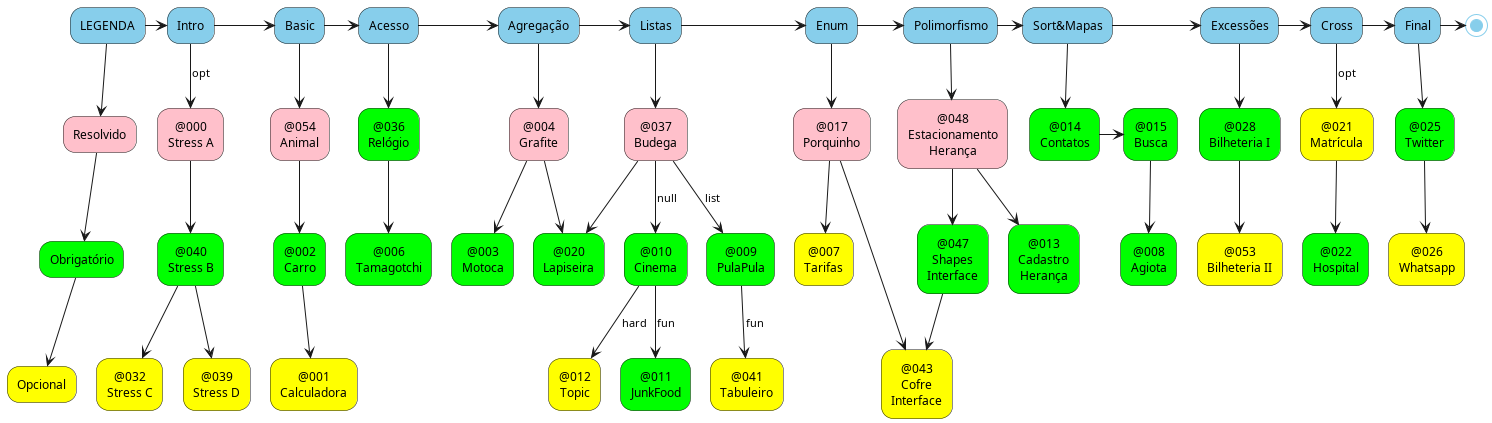
The PlantUML diagram flow.png in qxcodepoo/arcade, before a commit. The source it was exported from:
```plantuml
@startuml flow

skinparam defaulttextalignment center

"LEGENDA" #skyblue --> "Resolvido" #pink
                --> "Obrigatório" #lime
                --> "Opcional" #yellow



"Intro" #skyblue         --> [opt] "@000\nStress A" #pink
                 --> [ ] "@040\nStress B" #lime
                 --> [ ] "@032\nStress C" #yellow
"@040\nStress B" --> [ ] "@039\nStress D" #yellow

"LEGENDA" -> "Intro"
        -> [ ]"Basic"      #skyblue
        -> [ ]"Acesso"     #skyblue
        -> [ ]"Agregação"  #skyblue
        -> [ ]"Listas"     #skyblue
        -> [ ] "Enum"      #skyblue
        -> [ ] "Polimorfismo"   #skyblue
        -> [ ] "Sort&Mapas" #skyblue
        -> [ ] "Excessões" #skyblue
        -> [ ] "Cross"     #skyblue
        -> [ ] "Final"     #skyblue
        -> [ ] (*) #skyblue

"Basic" --> [ ]"@054\nAnimal" #pink
        --> [ ]"@002\nCarro" #lime
        --> [ ]"@001\nCalculadora" #yellow

"Acesso"        --> [ ]"@036\nRelógio" #lime
"@036\nRelógio" --> [ ]"@006\nTamagotchi" #lime

"Agregação"     --> [ ]"@004\nGrafite" #pink
"@004\nGrafite" --> [ ]"@003\nMotoca" #lime

"Listas"             --> [    ]"@037\nBudega" #pink
"@037\nBudega"       --> [null]"@010\nCinema" #lime
"@037\nBudega"       --> [list]"@009\nPulaPula" #lime
"@004\nGrafite"      --> [    ]"@020\nLapiseira" #lime
"@037\nBudega"       --> [    ]"@020\nLapiseira" #lime
"@010\nCinema"       --> [hard]"@012\nTopic" #yellow
"@010\nCinema"       --> [fun ]"@011\nJunkFood" #lime
"@009\nPulaPula"     --> [fun ]"@041\nTabuleiro" #yellow
"Enum"               --> [ ] "@017\nPorquinho" #pink
"@017\nPorquinho"    --> [ ] "@007\nTarifas" #yellow
"Sort&Mapas"         --> [ ] "@014\nContatos" #lime
"@014\nContatos"      -> [ ] "@015\nBusca" #lime
"@015\nBusca"        --> [ ] "@008\nAgiota" #lime
"Polimorfismo"            --> [ ] "@048\nEstacionamento\nHerança" #pink
"@048\nEstacionamento\nHerança" --> [ ] "@047\nShapes\nInterface" #lime
"@048\nEstacionamento\nHerança"    --> [ ] "@013\nCadastro\nHerança" #lime
"@047\nShapes\nInterface" --> [ ] "@043\nCofre\nInterface" #lime
"@017\nPorquinho"    --> [ ] "@043\nCofre\nInterface" #yellow
"Excessões"          --> [ ] "@028\nBilheteria I" #lime
"@028\nBilheteria I" --> [ ] "@053\nBilheteria II" #yellow
"Cross"              --> [opt] "@021\nMatrícula" #yellow
"@021\nMatrícula" --> [ ] "@022\nHospital" #lime
"Final" --> [ ] "@025\nTwitter" #lime
"@025\nTwitter" --> [ ] "@026\nWhatsapp" #yellow




@enduml
```
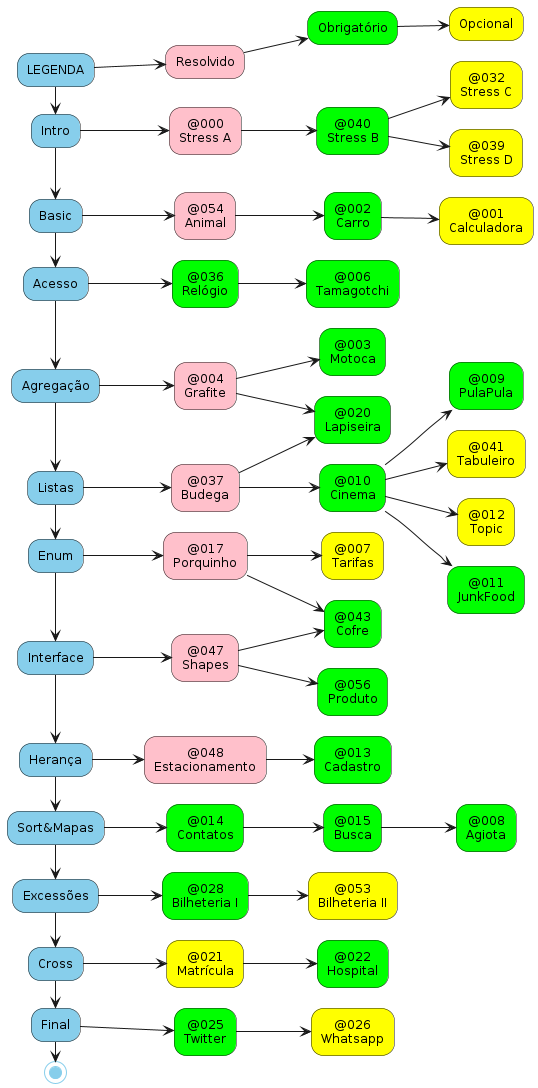
The same diagram one commit later.

Diff of the diagram source:
```diff
@@ -1,67 +1,99 @@
 @startuml flow
 
 skinparam defaulttextalignment center
+left to right direction
 
 "LEGENDA" #skyblue --> "Resolvido" #pink
-                --> "Obrigatório" #lime
-                --> "Opcional" #yellow
+                   --> "Obrigatório" #lime
+                   --> "Opcional" #yellow
+
+"LEGENDA" -> "Intro"
+          -> "Basic"         #skyblue
+          -> "Acesso"       #skyblue
+          -> "Agregação"    #skyblue
+          -> "Listas"       #skyblue
+          -> "Enum"         #skyblue
+          -> "Interface"    #skyblue
+          -> "Herança"      #skyblue
+          -> "Sort&Mapas"   #skyblue
+          -> "Excessões"    #skyblue
+          -> "Cross"        #skyblue
+          -> "Final"        #skyblue
+          -> (*)            #skyblue
 
 
-
-"Intro" #skyblue         --> [opt] "@000\nStress A" #pink
-                 --> [ ] "@040\nStress B" #lime
-                 --> [ ] "@032\nStress C" #yellow
-"@040\nStress B" --> [ ] "@039\nStress D" #yellow
-
-"LEGENDA" -> "Intro"
-        -> [ ]"Basic"      #skyblue
-        -> [ ]"Acesso"     #skyblue
-        -> [ ]"Agregação"  #skyblue
-        -> [ ]"Listas"     #skyblue
-        -> [ ] "Enum"      #skyblue
-        -> [ ] "Polimorfismo"   #skyblue
-        -> [ ] "Sort&Mapas" #skyblue
-        -> [ ] "Excessões" #skyblue
-        -> [ ] "Cross"     #skyblue
-        -> [ ] "Final"     #skyblue
-        -> [ ] (*) #skyblue
-
-"Basic" --> [ ]"@054\nAnimal" #pink
-        --> [ ]"@002\nCarro" #lime
-        --> [ ]"@001\nCalculadora" #yellow
-
-"Acesso"        --> [ ]"@036\nRelógio" #lime
-"@036\nRelógio" --> [ ]"@006\nTamagotchi" #lime
-
-"Agregação"     --> [ ]"@004\nGrafite" #pink
-"@004\nGrafite" --> [ ]"@003\nMotoca" #lime
-
-"Listas"             --> [    ]"@037\nBudega" #pink
-"@037\nBudega"       --> [null]"@010\nCinema" #lime
-"@037\nBudega"       --> [list]"@009\nPulaPula" #lime
-"@004\nGrafite"      --> [    ]"@020\nLapiseira" #lime
-"@037\nBudega"       --> [    ]"@020\nLapiseira" #lime
-"@010\nCinema"       --> [hard]"@012\nTopic" #yellow
-"@010\nCinema"       --> [fun ]"@011\nJunkFood" #lime
-"@009\nPulaPula"     --> [fun ]"@041\nTabuleiro" #yellow
-"Enum"               --> [ ] "@017\nPorquinho" #pink
-"@017\nPorquinho"    --> [ ] "@007\nTarifas" #yellow
-"Sort&Mapas"         --> [ ] "@014\nContatos" #lime
-"@014\nContatos"      -> [ ] "@015\nBusca" #lime
-"@015\nBusca"        --> [ ] "@008\nAgiota" #lime
-"Polimorfismo"            --> [ ] "@048\nEstacionamento\nHerança" #pink
-"@048\nEstacionamento\nHerança" --> [ ] "@047\nShapes\nInterface" #lime
-"@048\nEstacionamento\nHerança"    --> [ ] "@013\nCadastro\nHerança" #lime
-"@047\nShapes\nInterface" --> [ ] "@043\nCofre\nInterface" #lime
-"@017\nPorquinho"    --> [ ] "@043\nCofre\nInterface" #yellow
-"Excessões"          --> [ ] "@028\nBilheteria I" #lime
-"@028\nBilheteria I" --> [ ] "@053\nBilheteria II" #yellow
-"Cross"              --> [opt] "@021\nMatrícula" #yellow
-"@021\nMatrícula" --> [ ] "@022\nHospital" #lime
-"Final" --> [ ] "@025\nTwitter" #lime
-"@025\nTwitter" --> [ ] "@026\nWhatsapp" #yellow
+!$stress_a       = "@000\nStress A"
+!$stress_b       = "@040\nStress B"
+!$stress_c       = "@032\nStress C"
+!$stress_d       = "@039\nStress D"
+!$animal         = "@054\nAnimal"
+!$carro          = "@002\nCarro"
+!$calculadora    = "@001\nCalculadora"
+!$relogio        = "@036\nRelógio"
+!$tamagotchi     = "@006\nTamagotchi"
+!$grafite        = "@004\nGrafite"
+!$motoca         = "@003\nMotoca"
+!$budega         = "@037\nBudega"
+!$cinema         = "@010\nCinema"
+!$pulapula       = "@009\nPulaPula"
+!$lapiseira      = "@020\nLapiseira"
+!$topic          = "@012\nTopic"
+!$junkfood       = "@011\nJunkFood"
+!$tabuleiro      = "@041\nTabuleiro"
+!$porquinho      = "@017\nPorquinho"
+!$tarifas        = "@007\nTarifas"
+!$contatos       = "@014\nContatos"
+!$busca          = "@015\nBusca"
+!$agiota         = "@008\nAgiota"
+!$estacionamento = "@048\nEstacionamento"
+!$shapes         = "@047\nShapes"
+!$cadastro       = "@013\nCadastro"
+!$cofre          = "@043\nCofre"
+!$bilheteria1    = "@028\nBilheteria I"
+!$bilheteria2    = "@053\nBilheteria II"
+!$matricula      = "@021\nMatrícula"
+!$hospital       = "@022\nHospital"
+!$twitter        = "@025\nTwitter"
+!$whatsapp       = "@026\nWhatsapp"
+!$produto        = "@056\nProduto"
 
 
+"Intro" #skyblue  --> "$stress_a"      #pink
+                  --> "$stress_b"      #lime
+                  --> "$stress_c"      #yellow
+"$stress_b"       --> "$stress_d"      #yellow
+"Basic"           --> "$animal"         #pink
+                  --> "$carro"          #lime
+                  --> "$calculadora"    #yellow
+"Acesso"          --> "$relogio"        #lime
+                  --> "$tamagotchi"     #lime
+"Agregação"       --> "$grafite"        #pink
+                  --> "$motoca"         #lime
+"Listas"          --> "$budega"         #pink
+                  --> "$cinema"         #lime
+                  --> "$pulapula"       #lime
+"$cinema"         --> "$tabuleiro"      #yellow
+"$grafite"        --> "$lapiseira"      #lime
+"$budega"         --> "$lapiseira"      #lime
+"$cinema"         --> "$topic"          #yellow
+"$cinema"         --> "$junkfood"       #lime
+"Enum"            --> "$porquinho"      #pink
+                  --> "$tarifas"        #yellow
+"$porquinho"      --> "$cofre"          #lime
+"Sort&Mapas"      --> "$contatos"       #lime
+                  --> "$busca"          #lime
+                  --> "$agiota"         #lime
+"Herança"         --> "$estacionamento" #pink
+                  --> "$cadastro"       #lime
+"Interface"       --> "$shapes"         #pink
+                  --> "$cofre"          #lime
+"$shapes"         --> "$produto"        #lime
+"Excessões"       --> "$bilheteria1"    #lime
+                  --> "$bilheteria2"    #yellow
+"Cross"           -->  "$matricula"     #yellow
+                  --> "$hospital"       #lime
+"Final"           --> "$twitter"        #lime
+                  --> "$whatsapp"       #yellow
 
 
 @enduml
```
